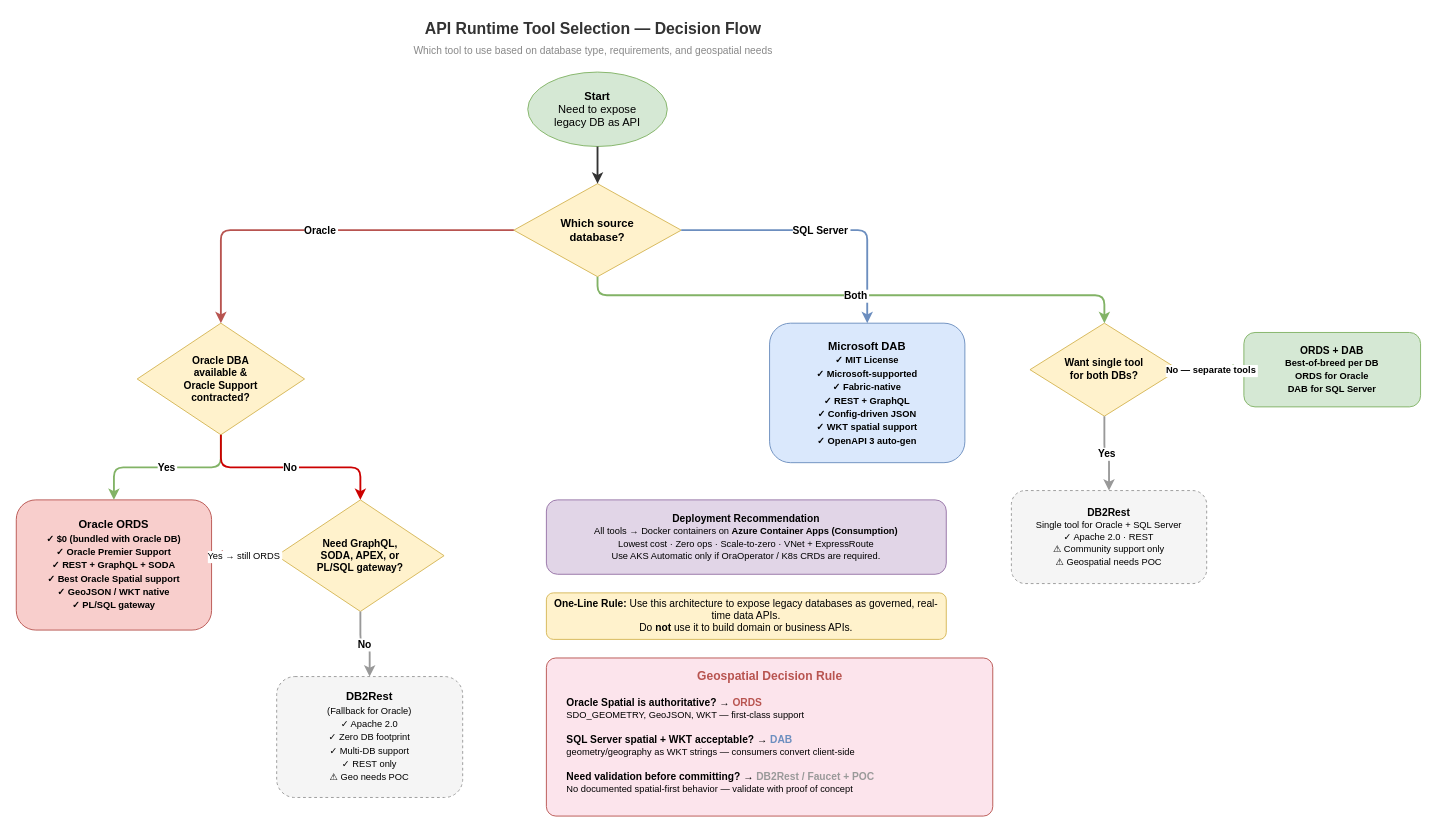
bcgov/nr-arch keeps this draw.io diagram as .diagrams/ard/2026/legacy-data-apis/6-tool-selection-decision-flow.drawio. Above is the earlier version. Source tidied: cells renumbered, new cells numbered last; positions are measured from the earlier drawing's top-left corner, leaving out a move shared by most shapes. Both pictures are drawn from the tidied source at 93%, with x=0, y=0 at pixel (16, 16).
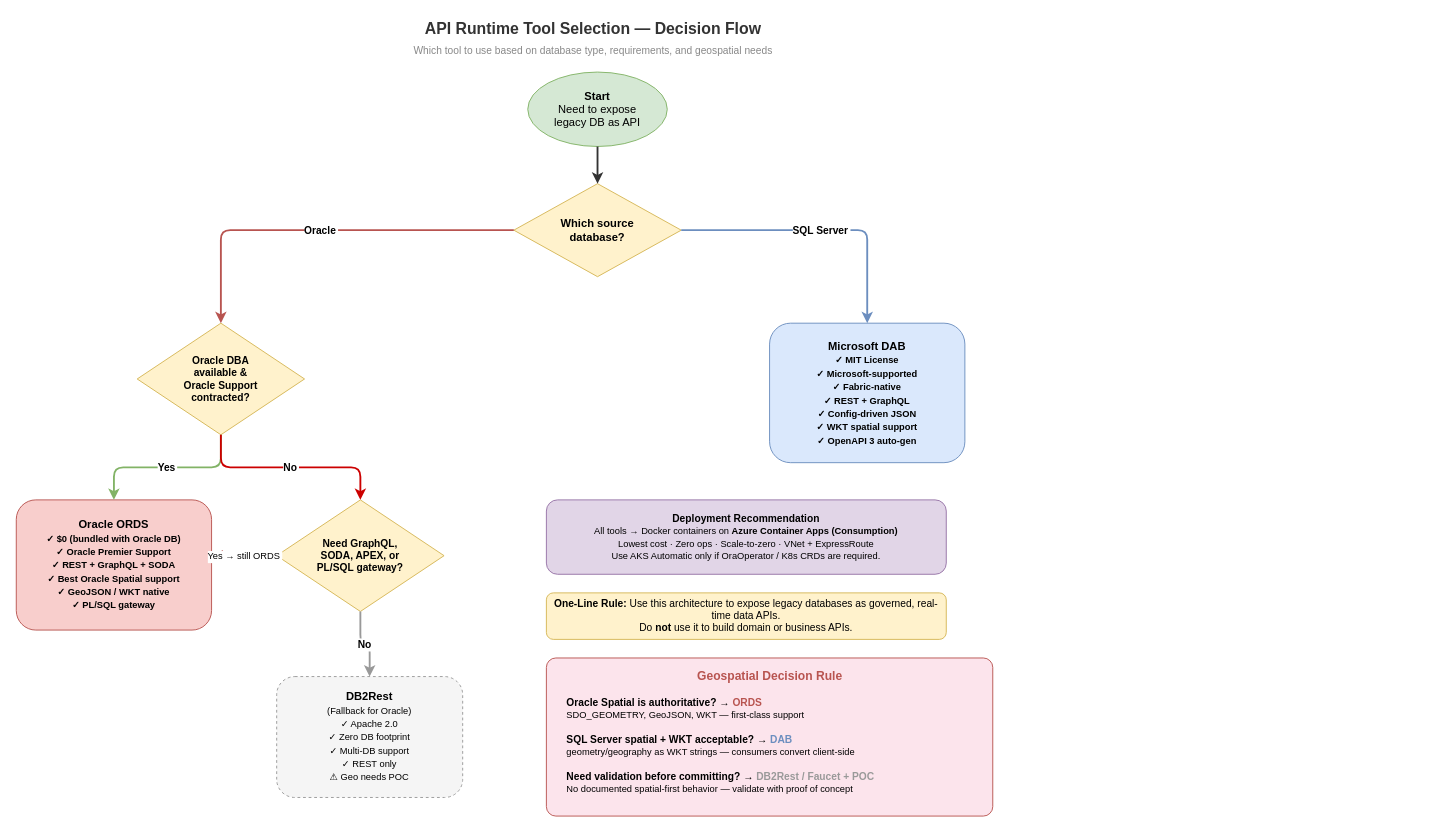
After the change.

Commit message:
remove both options

Unchanged cells that the change refers to:
```xml
<mxCell id="4" value="&lt;b&gt;Which source&lt;br&gt;database?&lt;/b&gt;" style="rhombus;whiteSpace=wrap;html=1;fillColor=#fff2cc;strokeColor=#d6b656;fontSize=12;" parent="1" vertex="1">
  <mxGeometry x="535" y="180" width="180" height="100" as="geometry" />
</mxCell>
```

Change to the diagram source:
```diff
@@
-    <mxCell id="10" value="&lt;b&gt;Want single tool&lt;br&gt;for both DBs?&lt;/b&gt;" style="rhombus;whiteSpace=wrap;html=1;fillColor=#fff2cc;strokeColor=#d6b656;fontSize=11;" parent="1" vertex="1">
-      <mxGeometry x="1090" y="330" width="160" height="100" as="geometry" />
-    </mxCell>
-    <mxCell id="11" value="&lt;b&gt;DB2Rest&lt;/b&gt;&lt;br&gt;&lt;font style=&quot;font-size:10px&quot;&gt;Single tool for Oracle + SQL Server&lt;br&gt;✓ Apache 2.0 · REST&lt;br&gt;⚠ Community support only&lt;br&gt;⚠ Geospatial needs POC&lt;/font&gt;" style="rounded=1;whiteSpace=wrap;html=1;fillColor=#f5f5f5;strokeColor=#999999;fontSize=11;dashed=1;" parent="1" vertex="1">
-      <mxGeometry x="1070" y="510" width="210" height="100" as="geometry" />
-    </mxCell>
-    <mxCell id="12" value="&lt;b&gt;ORDS + DAB&lt;/b&gt;&lt;br&gt;&lt;font style=&quot;font-size:10px&quot;&gt;Best-of-breed per DB&lt;br&gt;ORDS for Oracle&lt;br&gt;DAB for SQL Server&lt;/font&gt;" style="rounded=1;whiteSpace=wrap;html=1;fillColor=#d5e8d4;strokeColor=#82b366;fontSize=11;fontStyle=1;" parent="1" vertex="1">
-      <mxGeometry x="1320" y="340" width="190" height="80" as="geometry" />
-    </mxCell>
@@
-    <mxCell id="21" value="Both" style="edgeStyle=orthogonalEdgeStyle;rounded=1;strokeColor=#82b366;strokeWidth=2;fontSize=11;fontStyle=1;flowAnimation=1;" parent="1" edge="1" source="4" target="10">
-      <mxGeometry relative="1" as="geometry">
-        <Array as="points">
-          <mxPoint x="625" y="300" />
-          <mxPoint x="1170" y="300" />
-        </Array>
-      </mxGeometry>
-    </mxCell>
@@
-    <mxCell id="26" value="Yes" style="edgeStyle=orthogonalEdgeStyle;rounded=1;strokeColor=#999999;strokeWidth=2;fontSize=11;fontStyle=1;flowAnimation=1;" parent="1" edge="1" source="10" target="11">
-      <mxGeometry relative="1" as="geometry" />
-    </mxCell>
-    <mxCell id="27" value="No — separate tools" style="edgeStyle=orthogonalEdgeStyle;rounded=1;strokeColor=#82b366;strokeWidth=2;fontSize=10;fontStyle=1;flowAnimation=1;" parent="1" edge="1" source="10" target="12">
-      <mxGeometry relative="1" as="geometry" />
-    </mxCell>
```
